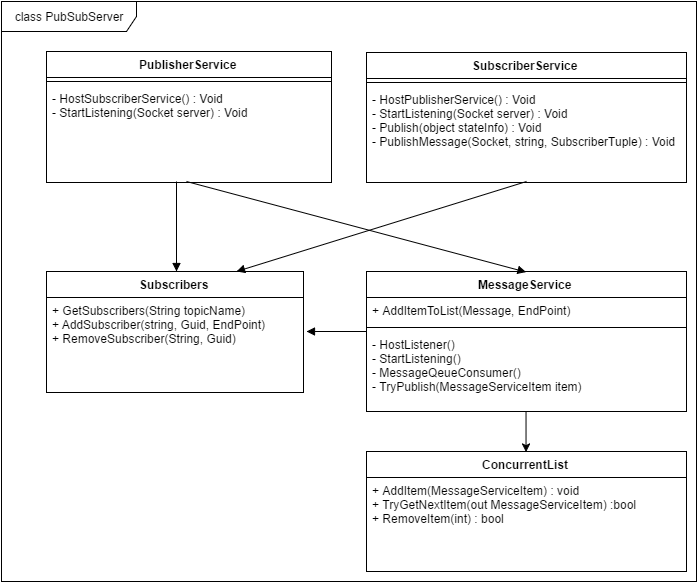
Above: Report/figure/PubSub_class.png in Rotvig/Architecture-and-Design-of-Distributed-Dependable-Systems-TI-ARDI (draw.io), before the change. Source tidied: cells renumbered, new cells last; positions are measured from the earlier drawing's top-left corner, leaving out a move shared by most shapes.
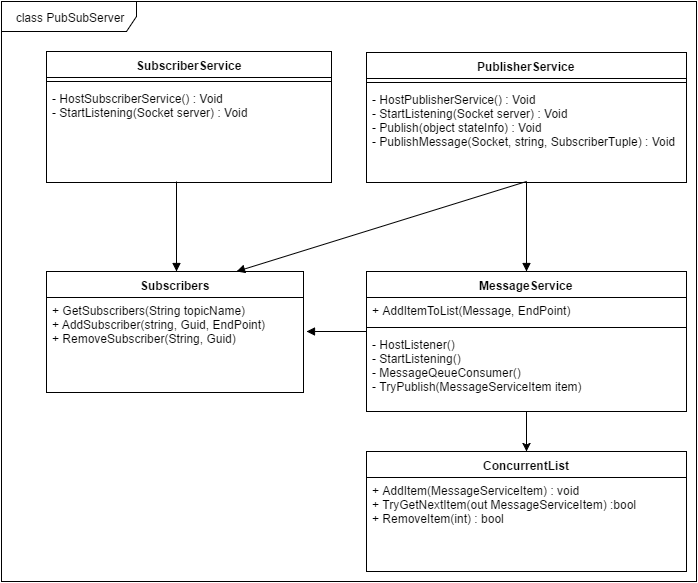
After the commit.

Change to the diagram source:
```diff
@@ -8,7 +8,7 @@
     <mxCell id="3" value="&lt;div&gt;+&amp;nbsp;GetSubscribers(String topicName)&lt;/div&gt;+&amp;nbsp;AddSubscriber(string, Guid, EndPoint)&lt;div&gt;+ RemoveSubscriber(String, Guid)&lt;br&gt;&lt;/div&gt;" style="text;html=1;strokeColor=none;fillColor=none;align=left;verticalAlign=top;spacingLeft=4;spacingRight=4;whiteSpace=wrap;overflow=hidden;" parent="2" vertex="1">
       <mxGeometry y="26" width="257" height="64" as="geometry" />
     </mxCell>
-    <mxCell id="4" value="SubscriberService" style="swimlane;html=1;fontStyle=1;align=center;verticalAlign=top;horizontal=1;startSize=26;swimlaneFillColor=#ffffff;" parent="1" vertex="1">
+    <mxCell id="4" value="PublisherService" style="swimlane;html=1;fontStyle=1;align=center;verticalAlign=top;horizontal=1;startSize=26;swimlaneFillColor=#ffffff;" parent="1" vertex="1">
       <mxGeometry x="365" y="51" width="320" height="130" as="geometry" />
     </mxCell>
     <mxCell id="5" style="line;html=1;strokeWidth=1;fillColor=none;align=left;verticalAlign=middle;spacingTop=-1;spacingLeft=3;spacingRight=3;labelPosition=right;" parent="4" vertex="1">
@@ -17,7 +17,7 @@
     <mxCell id="6" value="&lt;div&gt;- HostPublisherService() : Void&lt;/div&gt;- StartListening(Socket server) : Void&lt;div&gt;- Publish(object stateInfo) : Void&lt;/div&gt;&lt;div&gt;- PublishMessage(Socket, string, SubscriberTuple) : Void&lt;/div&gt;&lt;div&gt;&lt;br&gt;&lt;div&gt;&lt;br&gt;&lt;div&gt;&lt;br&gt;&lt;br&gt;&lt;/div&gt;&lt;/div&gt;&lt;/div&gt;" style="text;html=1;strokeColor=none;fillColor=none;align=left;verticalAlign=top;spacingLeft=4;spacingRight=4;whiteSpace=wrap;overflow=hidden;" parent="4" vertex="1">
       <mxGeometry y="34" width="320" height="76" as="geometry" />
     </mxCell>
-    <mxCell id="7" value="PublisherService" style="swimlane;html=1;fontStyle=1;align=center;verticalAlign=top;horizontal=1;startSize=26;swimlaneFillColor=#ffffff;" parent="1" vertex="1">
+    <mxCell id="7" value="SubscriberService" style="swimlane;html=1;fontStyle=1;align=center;verticalAlign=top;horizontal=1;startSize=26;swimlaneFillColor=#ffffff;" parent="1" vertex="1">
       <mxGeometry x="45" y="50" width="285" height="131" as="geometry" />
     </mxCell>
     <mxCell id="8" style="line;html=1;strokeWidth=1;fillColor=none;align=left;verticalAlign=middle;spacingTop=-1;spacingLeft=3;spacingRight=3;labelPosition=right;" parent="7" vertex="1">
@@ -68,14 +68,6 @@
     <mxCell id="21" value="-&amp;nbsp;&lt;span&gt;HostListener()&lt;/span&gt;&lt;div&gt;&lt;span&gt;- StartListening()&lt;/span&gt;&lt;/div&gt;&lt;div&gt;&lt;span&gt;- MessageQeueConsumer()&lt;/span&gt;&lt;span&gt;&lt;br&gt;&lt;/span&gt;&lt;/div&gt;&lt;div&gt;&lt;span&gt;-&amp;nbsp;&lt;/span&gt;&lt;span&gt;TryPublish(MessageServiceItem item)&lt;/span&gt;&lt;/div&gt;" style="text;html=1;strokeColor=none;fillColor=none;align=left;verticalAlign=top;spacingLeft=4;spacingRight=4;whiteSpace=wrap;overflow=hidden;" parent="18" vertex="1">
       <mxGeometry y="60" width="320" height="70" as="geometry" />
     </mxCell>
-    <mxCell id="22" style="endArrow=block;endFill=1;html=1;align=left;verticalAlign=top;entryX=0.5;entryY=0;" parent="1" edge="1" target="18">
-      <mxGeometry x="280" y="290" as="geometry">
-        <mxPoint x="185" y="180" as="sourcePoint" />
-      </mxGeometry>
-    </mxCell>
-    <mxCell id="23" style="html=1;align=left;verticalAlign=bottom;labelBackgroundColor=#ffffff;fontSize=10;" parent="22" vertex="1">
-      <mxGeometry x="-1" relative="1" as="geometry" />
-    </mxCell>
     <mxCell id="24" style="endArrow=block;endFill=1;html=1;align=left;verticalAlign=top;" parent="1" edge="1">
       <mxGeometry x="280" y="290" as="geometry">
         <mxPoint x="365" y="330" as="sourcePoint" />
@@ -85,5 +77,13 @@
     <mxCell id="25" style="html=1;align=left;verticalAlign=bottom;labelBackgroundColor=#ffffff;fontSize=10;" parent="24" vertex="1">
       <mxGeometry x="-1" relative="1" as="geometry" />
     </mxCell>
+    <mxCell id="26" style="endArrow=block;endFill=1;html=1;align=left;verticalAlign=top;entryX=0.5;entryY=0;" parent="1" edge="1" target="18">
+      <mxGeometry x="435" y="340" as="geometry">
+        <mxPoint x="525" y="180" as="sourcePoint" />
+      </mxGeometry>
+    </mxCell>
+    <mxCell id="27" style="html=1;align=left;verticalAlign=bottom;labelBackgroundColor=#ffffff;fontSize=10;" parent="26" vertex="1">
+      <mxGeometry x="-1" relative="1" as="geometry" />
+    </mxCell>
   </root>
 </mxGraphModel>
```
